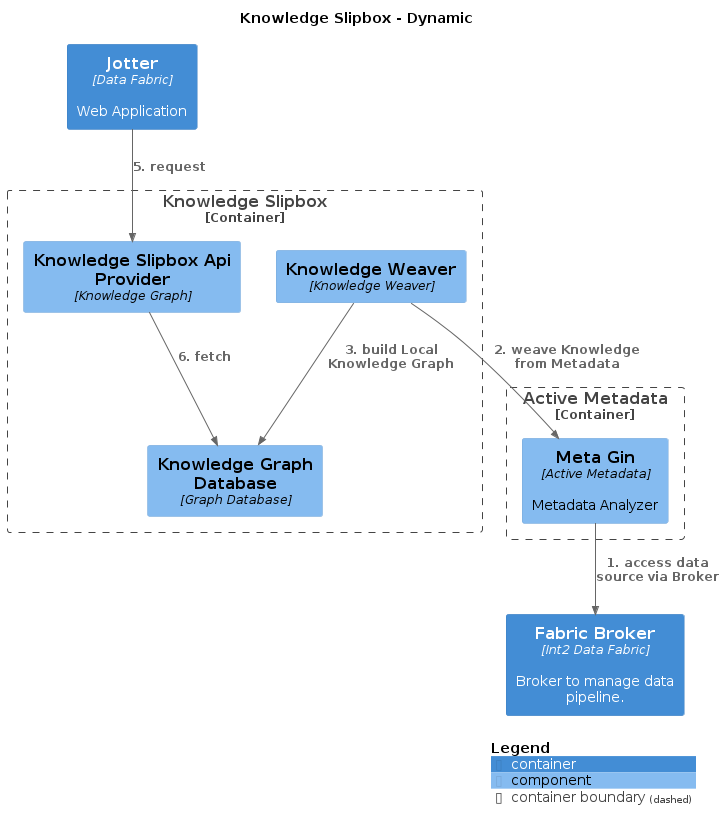
Earlier version of the PlantUML export master/png/LocalKnowledgeGraph.png (IntellectusCorp/data-fabric-docs).
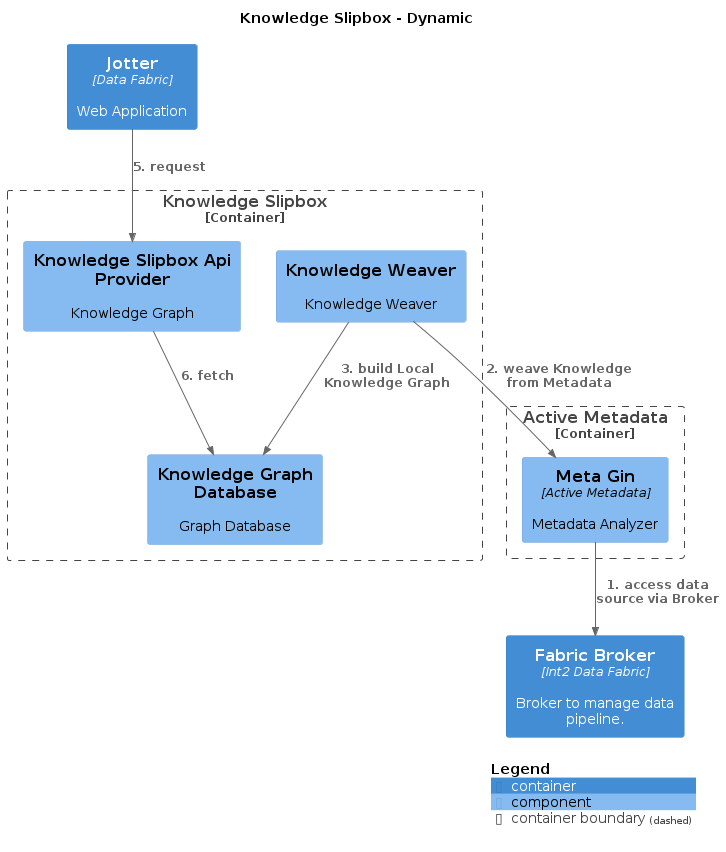
Above is the later version.

Diff of the diagram source:
```diff
@@ -10,23 +10,23 @@
 !include <C4/C4_Component>
 
 Container_Boundary("DataFabric.KnowledgeSlipbox_boundary", "Knowledge Slipbox", $tags="") {
-  Component(DataFabric.KnowledgeSlipbox.KnowledgeWeaver, "Knowledge Weaver", "Knowledge Weaver", $tags="")
-  Component(DataFabric.KnowledgeSlipbox.KnowledgeGraphDatabase, "Knowledge Graph Database", "Graph Database", $tags="")
-  Component(DataFabric.KnowledgeSlipbox.KnowledgeSlipboxApiProvider, "Knowledge Slipbox Api Provider", "Knowledge Graph", $tags="")
+  Component(DataFabric.KnowledgeSlipbox.KnowledgeWeaver, "Knowledge Weaver", $techn="", $descr="Knowledge Weaver", $tags="", $link="")
+  Component(DataFabric.KnowledgeSlipbox.KnowledgeGraphDatabase, "Knowledge Graph Database", $techn="", $descr="Graph Database", $tags="", $link="")
+  Component(DataFabric.KnowledgeSlipbox.KnowledgeSlipboxApiProvider, "Knowledge Slipbox Api Provider", $techn="", $descr="Knowledge Graph", $tags="", $link="")
 }
 
 Container_Boundary("DataFabric.ActiveMetadata_boundary", "Active Metadata", $tags="") {
-  Component(DataFabric.ActiveMetadata.MetaGin, "Meta Gin", "Active Metadata", "Metadata Analyzer", $tags="")
+  Component(DataFabric.ActiveMetadata.MetaGin, "Meta Gin", $techn="Active Metadata", $descr="Metadata Analyzer", $tags="", $link="")
 }
 
-Container(DataFabric.Jotter, "Jotter", "Data Fabric", "Web Application", $tags="")
-Container(DataFabric.FabricBroker, "Fabric Broker", "Int2 Data Fabric", "Broker to manage data pipeline.", $tags="")
+Container(DataFabric.Jotter, "Jotter", $techn="Data Fabric", $descr="Web Application", $tags="", $link="")
+Container(DataFabric.FabricBroker, "Fabric Broker", $techn="Int2 Data Fabric", $descr="Broker to manage data pipeline.", $tags="", $link="")
 
-Rel_D(DataFabric.ActiveMetadata.MetaGin, DataFabric.FabricBroker, "1. access data source via Broker", $tags="")
-Rel_D(DataFabric.KnowledgeSlipbox.KnowledgeWeaver, DataFabric.ActiveMetadata.MetaGin, "2. weave Knowledge from Metadata", $tags="")
-Rel_D(DataFabric.KnowledgeSlipbox.KnowledgeWeaver, DataFabric.KnowledgeSlipbox.KnowledgeGraphDatabase, "3. build Local Knowledge Graph", $tags="")
-Rel_D(DataFabric.Jotter, DataFabric.KnowledgeSlipbox.KnowledgeSlipboxApiProvider, "5. request", $tags="")
-Rel_D(DataFabric.KnowledgeSlipbox.KnowledgeSlipboxApiProvider, DataFabric.KnowledgeSlipbox.KnowledgeGraphDatabase, "6. fetch", $tags="")
+Rel_D(DataFabric.ActiveMetadata.MetaGin, DataFabric.FabricBroker, "1. access data source via Broker", $techn="", $tags="", $link="")
+Rel_D(DataFabric.KnowledgeSlipbox.KnowledgeWeaver, DataFabric.ActiveMetadata.MetaGin, "2. weave Knowledge from Metadata", $techn="", $tags="", $link="")
+Rel_D(DataFabric.KnowledgeSlipbox.KnowledgeWeaver, DataFabric.KnowledgeSlipbox.KnowledgeGraphDatabase, "3. build Local Knowledge Graph", $techn="", $tags="", $link="")
+Rel_D(DataFabric.Jotter, DataFabric.KnowledgeSlipbox.KnowledgeSlipboxApiProvider, "5. request", $techn="", $tags="", $link="")
+Rel_D(DataFabric.KnowledgeSlipbox.KnowledgeSlipboxApiProvider, DataFabric.KnowledgeSlipbox.KnowledgeGraphDatabase, "6. fetch", $techn="", $tags="", $link="")
 
 SHOW_LEGEND(true)
 @enduml
```
